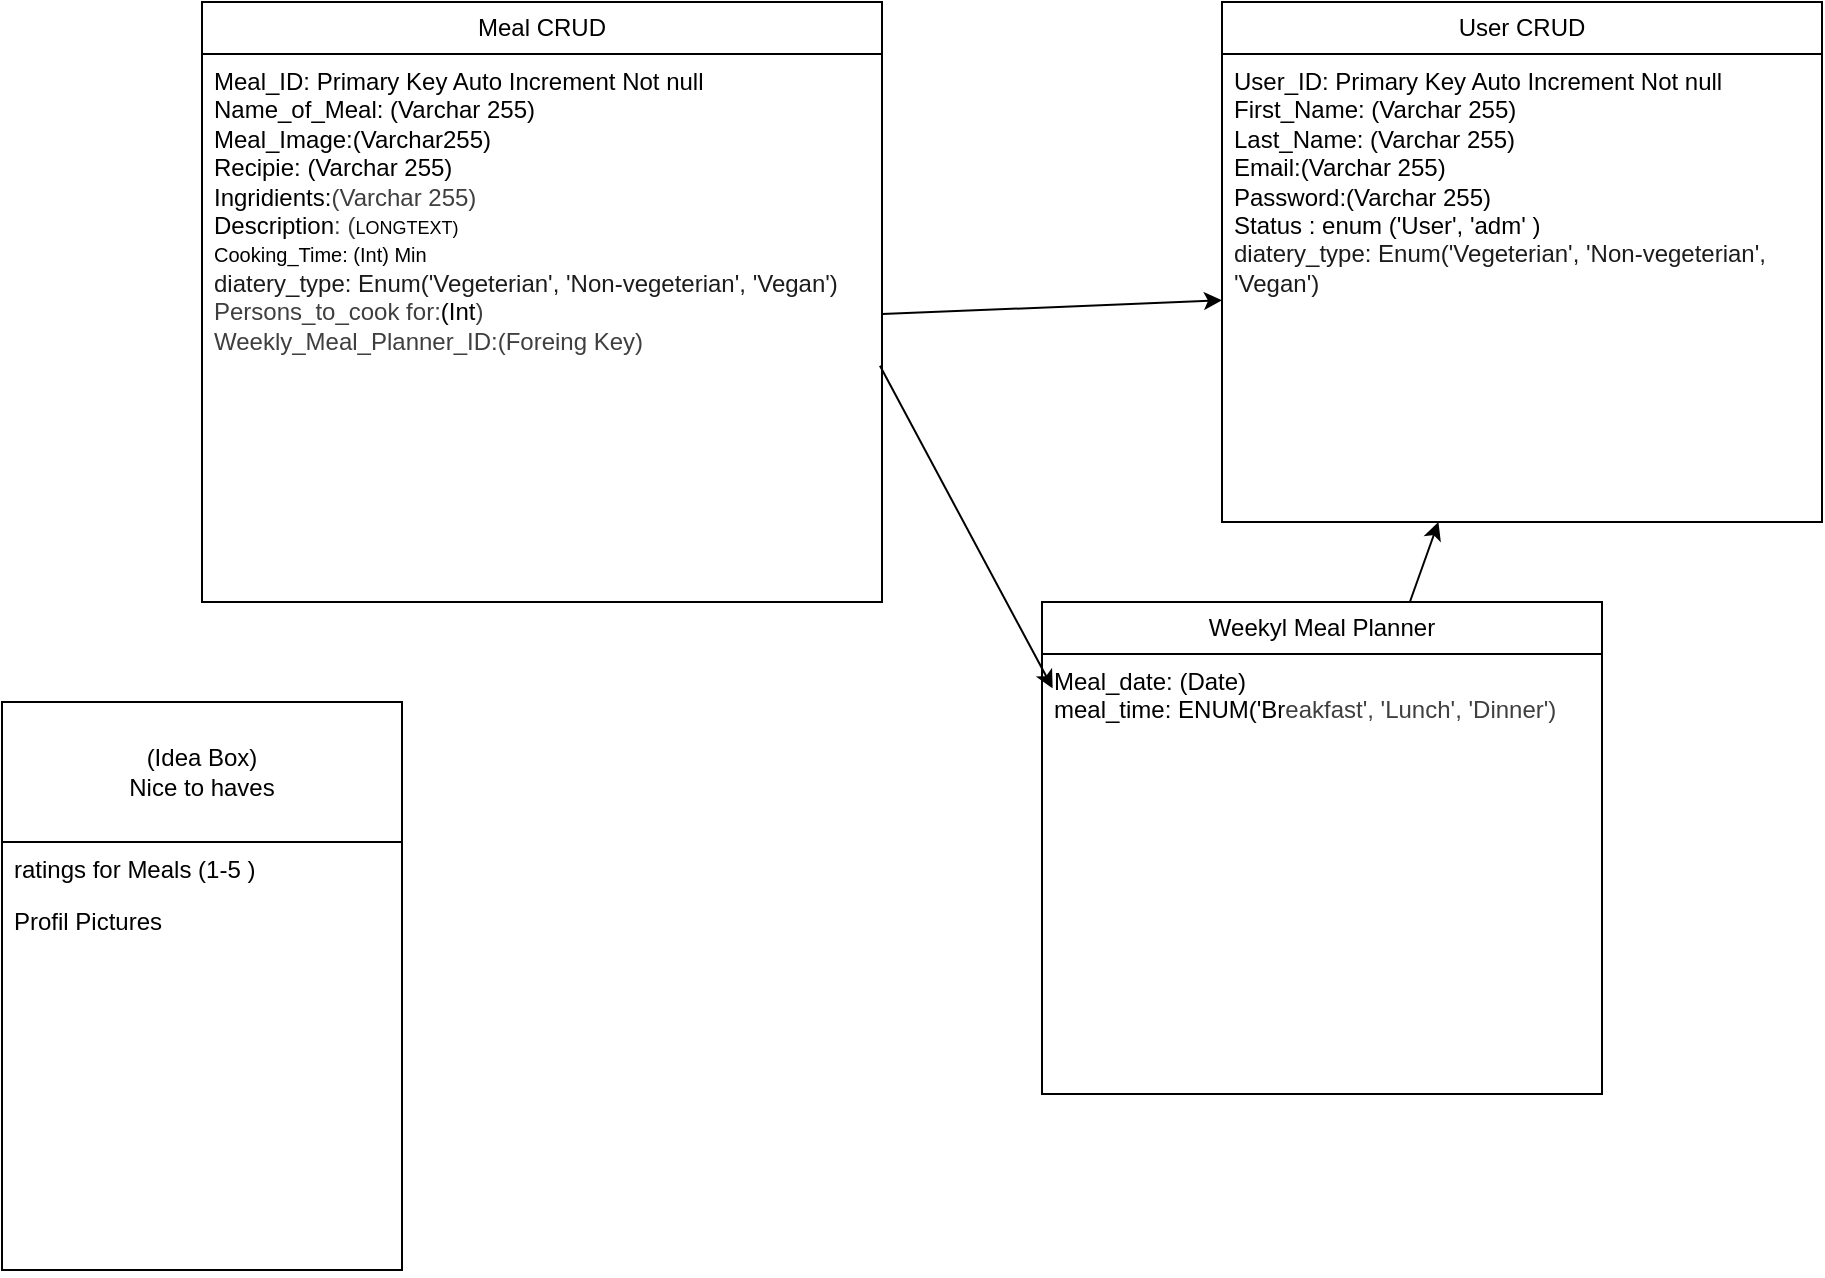
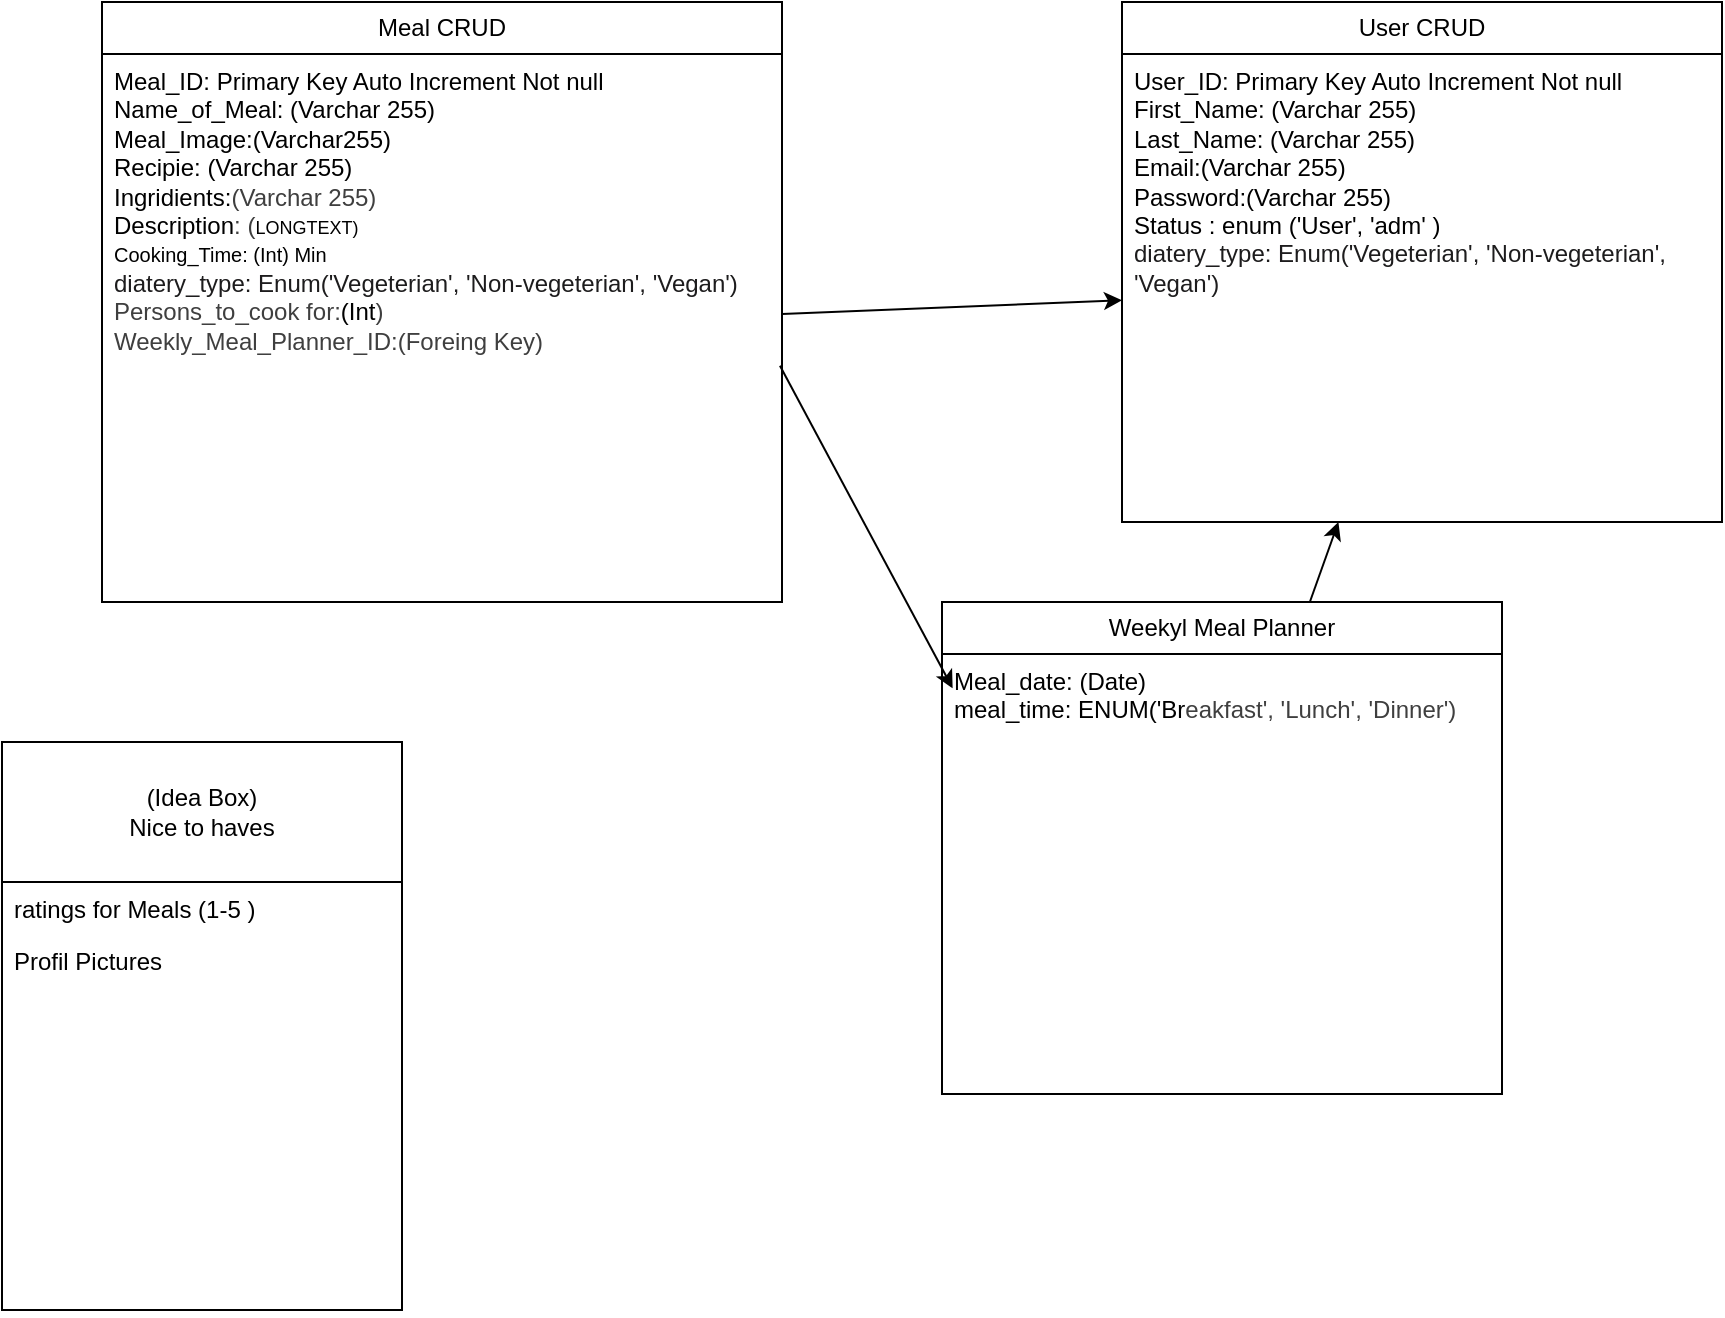
<mxfile host="65bd71144e">
    <diagram id="s0C6uxyoA4bYXAnmnKxe" name="Database plan">
-         <mxGraphModel dx="1127" dy="514" grid="1" gridSize="10" guides="1" tooltips="1" connect="1" arrows="1" fold="1" page="1" pageScale="1" pageWidth="827" pageHeight="1169" math="0" shadow="0">
+         <mxGraphModel dx="2678" dy="1220" grid="1" gridSize="10" guides="1" tooltips="1" connect="1" arrows="1" fold="1" page="1" pageScale="1" pageWidth="827" pageHeight="1169" math="0" shadow="0">
            <root>
                <mxCell id="0"/>
                <mxCell id="1" parent="0"/>
                <mxCell id="2" value="User CRUD" style="swimlane;fontStyle=0;childLayout=stackLayout;horizontal=1;startSize=26;fillColor=none;horizontalStack=0;resizeParent=1;resizeParentMax=0;resizeLast=0;collapsible=1;marginBottom=0;whiteSpace=wrap;html=1;" parent="1" vertex="1">
                    <mxGeometry x="630" y="150" width="300" height="260" as="geometry"/>
                </mxCell>
                <mxCell id="3" value="&lt;div&gt;User_ID: Primary Key Auto Increment Not null&amp;nbsp;&lt;/div&gt;First_Name: (Varchar 255)&lt;div&gt;Last_Name:&amp;nbsp;&lt;span style=&quot;color: rgb(0, 0, 0); background-color: transparent;&quot;&gt;(Varchar 255)&lt;/span&gt;&lt;/div&gt;&lt;div&gt;Email:&lt;span style=&quot;color: rgb(0, 0, 0); background-color: transparent;&quot;&gt;(Varchar 255)&lt;/span&gt;&lt;/div&gt;&lt;div&gt;Password:&lt;span style=&quot;color: rgb(0, 0, 0); background-color: transparent;&quot;&gt;(Varchar 255)&lt;/span&gt;&lt;/div&gt;&lt;div&gt;Status : enum (&#39;User&#39;, &#39;adm&#39; )&lt;/div&gt;&lt;div&gt;&lt;span style=&quot;color: rgb(0, 0, 0); background-color: transparent;&quot;&gt;&lt;div style=&quot;color: rgb(63, 63, 63); scrollbar-color: rgb(226, 226, 226) rgb(251, 251, 251);&quot;&gt;&lt;span style=&quot;scrollbar-color: rgb(226, 226, 226) rgb(251, 251, 251); background-color: transparent; color: rgb(29, 28, 29);&quot;&gt;diatery_type: Enum(&#39;Vegeterian&#39;, &#39;Non-vegeterian&#39;, &#39;Vegan&#39;)&lt;/span&gt;&lt;/div&gt;&lt;div&gt;&lt;span style=&quot;scrollbar-color: rgb(226, 226, 226) rgb(251, 251, 251); background-color: transparent; color: rgb(29, 28, 29);&quot;&gt;&lt;br&gt;&lt;/span&gt;&lt;/div&gt;&lt;/span&gt;&lt;/div&gt;" style="text;strokeColor=none;fillColor=none;align=left;verticalAlign=top;spacingLeft=4;spacingRight=4;overflow=hidden;rotatable=0;points=[[0,0.5],[1,0.5]];portConstraint=eastwest;whiteSpace=wrap;html=1;" parent="2" vertex="1">
                    <mxGeometry y="26" width="300" height="234" as="geometry"/>
                </mxCell>
                <mxCell id="6" value="Meal CRUD" style="swimlane;fontStyle=0;childLayout=stackLayout;horizontal=1;startSize=26;fillColor=none;horizontalStack=0;resizeParent=1;resizeParentMax=0;resizeLast=0;collapsible=1;marginBottom=0;whiteSpace=wrap;html=1;" parent="1" vertex="1">
                    <mxGeometry x="120" y="150" width="340" height="300" as="geometry"/>
                </mxCell>
                <mxCell id="7" value="&lt;div&gt;&lt;font face=&quot;Helvetica&quot;&gt;Meal_ID: Primary Key Auto Increment Not null&amp;nbsp;&lt;/font&gt;&lt;/div&gt;&lt;font face=&quot;Helvetica&quot;&gt;Name_of_Meal: (Varchar 255)&lt;/font&gt;&lt;div&gt;&lt;font face=&quot;Helvetica&quot;&gt;Meal_Image:(Varchar255)&lt;/font&gt;&lt;/div&gt;&lt;div&gt;&lt;font face=&quot;Helvetica&quot;&gt;Recipie:&amp;nbsp;&lt;span style=&quot;color: rgb(0, 0, 0); background-color: transparent;&quot;&gt;(Varchar 255)&lt;/span&gt;&lt;/font&gt;&lt;/div&gt;&lt;div&gt;&lt;font face=&quot;Helvetica&quot;&gt;&lt;span style=&quot;color: rgb(0, 0, 0); background-color: transparent;&quot;&gt;Ingridients:&lt;/span&gt;&lt;span style=&quot;background-color: transparent; color: rgb(63, 63, 63);&quot;&gt;(Varchar 255)&lt;/span&gt;&lt;/font&gt;&lt;/div&gt;&lt;div&gt;&lt;font face=&quot;Helvetica&quot;&gt;&lt;span style=&quot;background-color: transparent;&quot;&gt;&lt;font color=&quot;#000000&quot;&gt;Description&lt;/font&gt;&lt;/span&gt;&lt;span style=&quot;color: rgb(63, 63, 63); background-color: transparent;&quot;&gt;: (&lt;/span&gt;&lt;/font&gt;&lt;span style=&quot;background-color: rgb(255, 255, 255); color: rgb(0, 0, 0);&quot;&gt;&lt;font style=&quot;font-size: 9px;&quot; face=&quot;Helvetica&quot;&gt;LONGTEXT)&lt;/font&gt;&lt;/span&gt;&lt;/div&gt;&lt;div&gt;&lt;font size=&quot;1&quot;&gt;&lt;span style=&quot;background-color: rgb(255, 255, 255);&quot;&gt;Cooking_Time: (Int) Min&lt;/span&gt;&lt;/font&gt;&lt;/div&gt;&lt;div&gt;&lt;span style=&quot;color: rgb(29, 28, 29); background-color: transparent;&quot;&gt;diatery_type: Enum(&#39;Vegeterian&#39;, &#39;Non-vegeterian&#39;, &#39;Vegan&#39;)&lt;/span&gt;&lt;/div&gt;&lt;div&gt;&lt;span style=&quot;color: rgb(63, 63, 63); background-color: transparent;&quot;&gt;Persons_to_cook for:&lt;/span&gt;&lt;span style=&quot;background-color: transparent; color: rgb(0, 0, 0);&quot;&gt;(Int&lt;/span&gt;&lt;span style=&quot;color: rgb(63, 63, 63); background-color: transparent;&quot;&gt;)&lt;/span&gt;&lt;/div&gt;&lt;div&gt;&lt;span style=&quot;color: rgb(63, 63, 63); background-color: transparent;&quot;&gt;Weekly_Meal_Planner_ID:(Foreing Key)&lt;/span&gt;&lt;/div&gt;" style="text;strokeColor=none;fillColor=none;align=left;verticalAlign=top;spacingLeft=4;spacingRight=4;overflow=hidden;rotatable=0;points=[[0,0.5],[1,0.5]];portConstraint=eastwest;whiteSpace=wrap;html=1;" parent="6" vertex="1">
                    <mxGeometry y="26" width="340" height="274" as="geometry"/>
                </mxCell>
                <mxCell id="n_zv5sPG3a4TezJHcdGs-39" style="edgeStyle=none;html=1;" edge="1" parent="1" source="19" target="3">
                    <mxGeometry relative="1" as="geometry"/>
                </mxCell>
                <mxCell id="19" value="Weekyl Meal Planner" style="swimlane;fontStyle=0;childLayout=stackLayout;horizontal=1;startSize=26;fillColor=none;horizontalStack=0;resizeParent=1;resizeParentMax=0;resizeLast=0;collapsible=1;marginBottom=0;whiteSpace=wrap;html=1;" vertex="1" parent="1">
                    <mxGeometry x="540" y="450" width="280" height="246" as="geometry"/>
                </mxCell>
                <mxCell id="22" value="Meal_date: (Date)&lt;div&gt;meal_time: ENUM(&#39;Br&lt;span style=&quot;color: rgb(63, 63, 63); background-color: transparent;&quot;&gt;eakfast&#39;, &#39;Lunch&#39;, &#39;Dinner&#39;)&lt;/span&gt;&lt;/div&gt;&lt;div&gt;&lt;span style=&quot;color: rgb(63, 63, 63); background-color: transparent;&quot;&gt;&lt;br&gt;&lt;/span&gt;&lt;/div&gt;&lt;div&gt;&lt;span style=&quot;color: rgb(63, 63, 63); background-color: transparent;&quot;&gt;&lt;br&gt;&lt;/span&gt;&lt;/div&gt;" style="text;strokeColor=none;fillColor=none;align=left;verticalAlign=top;spacingLeft=4;spacingRight=4;overflow=hidden;rotatable=0;points=[[0,0.5],[1,0.5]];portConstraint=eastwest;whiteSpace=wrap;html=1;" vertex="1" parent="19">
                    <mxGeometry y="26" width="280" height="220" as="geometry"/>
                </mxCell>
                <mxCell id="n_zv5sPG3a4TezJHcdGs-25" value="(Idea Box)&lt;div&gt;Nice to haves&lt;/div&gt;" style="swimlane;fontStyle=0;childLayout=stackLayout;horizontal=1;startSize=70;fillColor=none;horizontalStack=0;resizeParent=1;resizeParentMax=0;resizeLast=0;collapsible=1;marginBottom=0;whiteSpace=wrap;html=1;" vertex="1" parent="1">
-                     <mxGeometry x="20" y="500" width="200" height="284" as="geometry"/>
+                     <mxGeometry x="70" y="520" width="200" height="284" as="geometry"/>
                </mxCell>
                <mxCell id="n_zv5sPG3a4TezJHcdGs-26" value="ratings for Meals (1-5 )" style="text;strokeColor=none;fillColor=none;align=left;verticalAlign=top;spacingLeft=4;spacingRight=4;overflow=hidden;rotatable=0;points=[[0,0.5],[1,0.5]];portConstraint=eastwest;whiteSpace=wrap;html=1;" vertex="1" parent="n_zv5sPG3a4TezJHcdGs-25">
                    <mxGeometry y="70" width="200" height="26" as="geometry"/>
                </mxCell>
                <mxCell id="n_zv5sPG3a4TezJHcdGs-27" value="Profil Pictures" style="text;strokeColor=none;fillColor=none;align=left;verticalAlign=top;spacingLeft=4;spacingRight=4;overflow=hidden;rotatable=0;points=[[0,0.5],[1,0.5]];portConstraint=eastwest;whiteSpace=wrap;html=1;" vertex="1" parent="n_zv5sPG3a4TezJHcdGs-25">
                    <mxGeometry y="96" width="200" height="188" as="geometry"/>
                </mxCell>
                <mxCell id="n_zv5sPG3a4TezJHcdGs-36" style="edgeStyle=none;html=1;entryX=0.019;entryY=0.078;entryDx=0;entryDy=0;entryPerimeter=0;exitX=0.997;exitY=0.569;exitDx=0;exitDy=0;exitPerimeter=0;" edge="1" parent="1" source="7" target="22">
                    <mxGeometry relative="1" as="geometry"/>
                </mxCell>
                <mxCell id="n_zv5sPG3a4TezJHcdGs-40" style="edgeStyle=none;html=1;" edge="1" parent="1" source="7" target="3">
                    <mxGeometry relative="1" as="geometry"/>
                </mxCell>
            </root>
        </mxGraphModel>
    </diagram>
</mxfile>